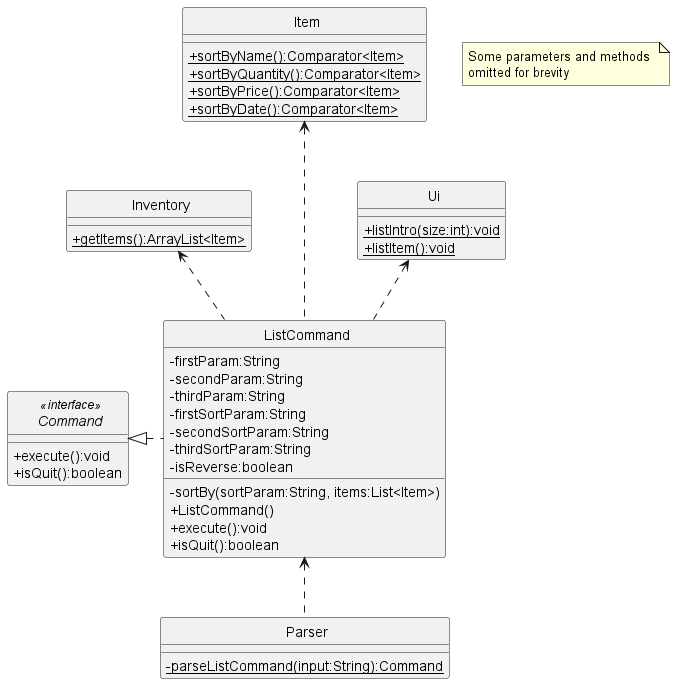
Earlier version of the PlantUML export docs/uml-diagrams/ListCommandClass.png (rismm/tp).
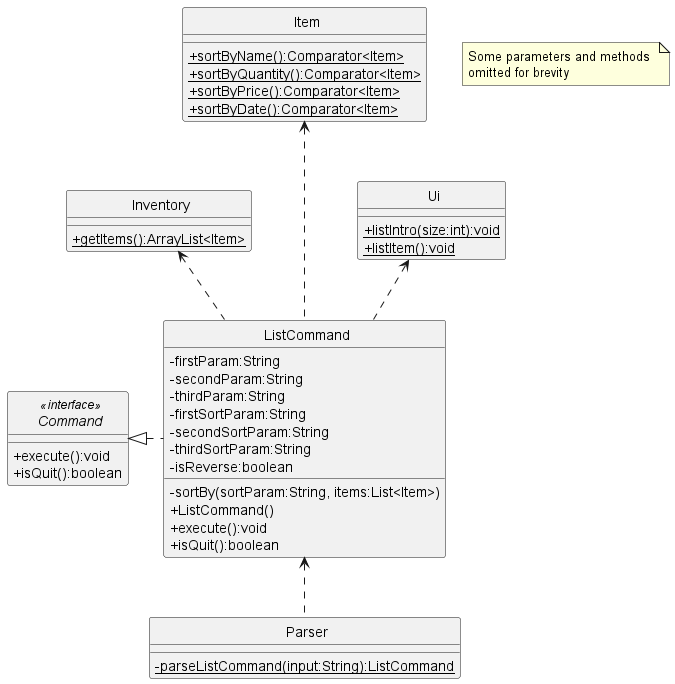
After the change.

Change to the diagram source:
```diff
@@ -52,7 +52,7 @@
 }
 
 class Parser {
-    {static}-parseListCommand(input:String):Command
+    {static}-parseListCommand(input:String):ListCommand
 }
 
 note "Some parameters and methods \nomitted for brevity" as n1
```
